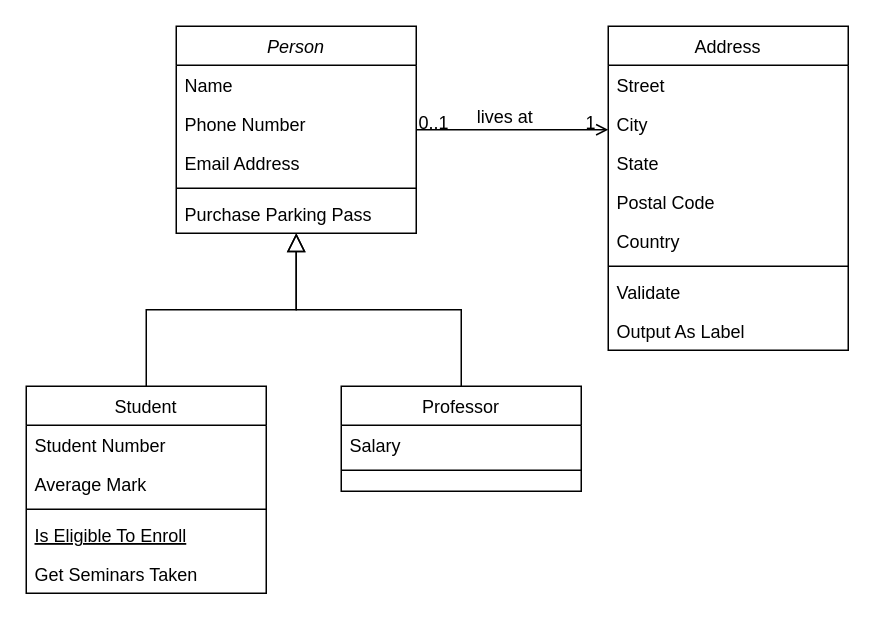
selialia/tefa-perpus-digital keeps this draw.io diagram as class diagram presensi-siswa.drawio. Above is the earlier version. Source tidied: cells renumbered, new cells numbered last; positions are measured from the earlier drawing's top-left corner, leaving out a move shared by most shapes. Both pictures are drawn from the tidied source at 150%, with x=0, y=0 at pixel (26, 26).
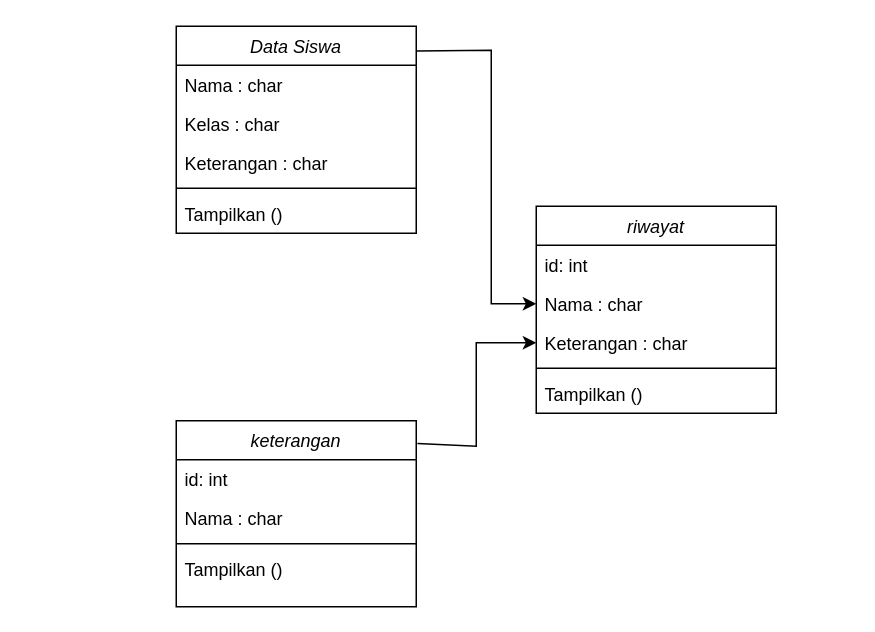
Above is the later version.

The edit, as a diff of the source:
```diff
@@
-    <mxCell id="2" value="Person" style="swimlane;fontStyle=2;align=center;verticalAlign=top;horizontal=1;startSize=26;rounded=0;shadow=0;strokeWidth=1;" parent="1" vertex="1">
+    <mxCell id="2" value="Data Siswa" style="swimlane;fontStyle=2;align=center;verticalAlign=top;horizontal=1;startSize=26;rounded=0;shadow=0;strokeWidth=1;" parent="1" vertex="1">
       <mxGeometry x="100" width="160" height="138" as="geometry" />
     </mxCell>
-    <mxCell id="3" value="Name" style="text;align=left;verticalAlign=top;spacingLeft=4;spacingRight=4;overflow=hidden;" parent="2" vertex="1">
+    <mxCell id="3" value="Nama : char" style="text;align=left;verticalAlign=top;spacingLeft=4;spacingRight=4;overflow=hidden;" parent="2" vertex="1">
       <mxGeometry y="26" width="160" height="26" as="geometry" />
     </mxCell>
-    <mxCell id="4" value="Phone Number" style="text;align=left;verticalAlign=top;spacingLeft=4;spacingRight=4;overflow=hidden;rounded=0;shadow=0;html=0;" parent="2" vertex="1">
+    <mxCell id="4" value="Kelas : char" style="text;align=left;verticalAlign=top;spacingLeft=4;spacingRight=4;overflow=hidden;rounded=0;shadow=0;html=0;" parent="2" vertex="1">
       <mxGeometry y="52" width="160" height="26" as="geometry" />
     </mxCell>
-    <mxCell id="5" value="Email Address" style="text;align=left;verticalAlign=top;spacingLeft=4;spacingRight=4;overflow=hidden;rounded=0;shadow=0;html=0;" parent="2" vertex="1">
+    <mxCell id="5" value="Keterangan : char" style="text;align=left;verticalAlign=top;spacingLeft=4;spacingRight=4;overflow=hidden;rounded=0;shadow=0;html=0;" parent="2" vertex="1">
       <mxGeometry y="78" width="160" height="26" as="geometry" />
     </mxCell>
@@
-    <mxCell id="7" value="Purchase Parking Pass" style="text;align=left;verticalAlign=top;spacingLeft=4;spacingRight=4;overflow=hidden;" parent="2" vertex="1">
+    <mxCell id="7" value="Tampilkan ()" style="text;align=left;verticalAlign=top;spacingLeft=4;spacingRight=4;overflow=hidden;" parent="2" vertex="1">
       <mxGeometry y="112" width="160" height="26" as="geometry" />
     </mxCell>
-    <mxCell id="8" value="Student" style="swimlane;fontStyle=0;align=center;verticalAlign=top;horizontal=1;startSize=26;rounded=0;shadow=0;strokeWidth=1;" parent="1" vertex="1">
-      <mxGeometry y="240" width="160" height="138" as="geometry" />
-    </mxCell>
-    <mxCell id="9" value="Student Number" style="text;align=left;verticalAlign=top;spacingLeft=4;spacingRight=4;overflow=hidden;" parent="8" vertex="1">
-      <mxGeometry y="26" width="160" height="26" as="geometry" />
-    </mxCell>
-    <mxCell id="10" value="Average Mark" style="text;align=left;verticalAlign=top;spacingLeft=4;spacingRight=4;overflow=hidden;rounded=0;shadow=0;html=0;" parent="8" vertex="1">
-      <mxGeometry y="52" width="160" height="26" as="geometry" />
-    </mxCell>
+    <mxCell id="32" value="riwayat" style="swimlane;fontStyle=2;align=center;verticalAlign=top;horizontal=1;startSize=26;rounded=0;shadow=0;strokeWidth=1;" parent="1" vertex="1">
+      <mxGeometry x="340" y="120" width="160" height="138" as="geometry" />
+    </mxCell>
+    <mxCell id="33" value="id: int" style="text;align=left;verticalAlign=top;spacingLeft=4;spacingRight=4;overflow=hidden;" parent="32" vertex="1">
+      <mxGeometry y="26" width="160" height="26" as="geometry" />
+    </mxCell>
+    <mxCell id="34" value="Nama : char" style="text;align=left;verticalAlign=top;spacingLeft=4;spacingRight=4;overflow=hidden;points=[[0,0.5],[1,0.5]];portConstraint=eastwest;" parent="32" vertex="1">
+      <mxGeometry y="52" width="160" height="26" as="geometry" />
+    </mxCell>
+    <mxCell id="35" value="Keterangan : char" style="text;align=left;verticalAlign=top;spacingLeft=4;spacingRight=4;overflow=hidden;points=[[0,0.5],[1,0.5]];portConstraint=eastwest;rounded=0;shadow=0;html=0;" parent="32" vertex="1">
+      <mxGeometry y="78" width="160" height="26" as="geometry" />
+    </mxCell>
+    <mxCell id="36" style="line;html=1;strokeWidth=1;align=left;verticalAlign=middle;spacingTop=-1;spacingLeft=3;spacingRight=3;labelPosition=right;" parent="32" vertex="1">
+      <mxGeometry y="104" width="160" height="8" as="geometry" />
+    </mxCell>
+    <mxCell id="37" value="Tampilkan ()" style="text;align=left;verticalAlign=top;spacingLeft=4;spacingRight=4;overflow=hidden;" parent="32" vertex="1">
+      <mxGeometry y="112" width="160" height="26" as="geometry" />
+    </mxCell>
+    <mxCell id="38" value="keterangan" style="swimlane;fontStyle=2;align=center;verticalAlign=top;horizontal=1;startSize=26;rounded=0;shadow=0;strokeWidth=1;" parent="1" vertex="1">
+      <mxGeometry x="100" y="263" width="160" height="124" as="geometry" />
+    </mxCell>
+    <mxCell id="39" value="id: int" style="text;align=left;verticalAlign=top;spacingLeft=4;spacingRight=4;overflow=hidden;" parent="38" vertex="1">
+      <mxGeometry y="26" width="160" height="26" as="geometry" />
+    </mxCell>
+    <mxCell id="40" value="Nama : char" style="text;align=left;verticalAlign=top;spacingLeft=4;spacingRight=4;overflow=hidden;" parent="38" vertex="1">
+      <mxGeometry y="52" width="160" height="26" as="geometry" />
+    </mxCell>
-    <mxCell id="11" style="line;html=1;strokeWidth=1;align=left;verticalAlign=middle;spacingTop=-1;spacingLeft=3;spacingRight=3;labelPosition=right;" parent="8" vertex="1">
+    <mxCell id="11" style="line;html=1;strokeWidth=1;align=left;verticalAlign=middle;spacingTop=-1;spacingLeft=3;spacingRight=3;labelPosition=right;" parent="38" vertex="1">
       <mxGeometry y="78" width="160" height="8" as="geometry" />
     </mxCell>
-    <mxCell id="12" value="Is Eligible To Enroll" style="text;align=left;verticalAlign=top;spacingLeft=4;spacingRight=4;overflow=hidden;fontStyle=4;" parent="8" vertex="1">
-      <mxGeometry y="86" width="160" height="26" as="geometry" />
-    </mxCell>
-    <mxCell id="13" value="Get Seminars Taken" style="text;align=left;verticalAlign=top;spacingLeft=4;spacingRight=4;overflow=hidden;" parent="8" vertex="1">
-      <mxGeometry y="112" width="160" height="26" as="geometry" />
-    </mxCell>
-    <mxCell id="14" style="endArrow=block;endSize=10;endFill=0;shadow=0;strokeWidth=1;rounded=0;curved=0;edgeStyle=elbowEdgeStyle;elbow=vertical;" parent="1" edge="1" source="8" target="2">
-      <mxGeometry relative="1" as="geometry" />
-    </mxCell>
-    <mxCell id="15" value="Professor" style="swimlane;fontStyle=0;align=center;verticalAlign=top;horizontal=1;startSize=26;rounded=0;shadow=0;strokeWidth=1;" parent="1" vertex="1">
-      <mxGeometry x="210" y="240" width="160" height="70" as="geometry" />
-    </mxCell>
-    <mxCell id="16" value="Salary" style="text;align=left;verticalAlign=top;spacingLeft=4;spacingRight=4;overflow=hidden;" parent="15" vertex="1">
-      <mxGeometry y="26" width="160" height="26" as="geometry" />
-    </mxCell>
-    <mxCell id="17" style="line;html=1;strokeWidth=1;align=left;verticalAlign=middle;spacingTop=-1;spacingLeft=3;spacingRight=3;labelPosition=right;" parent="15" vertex="1">
-      <mxGeometry y="52" width="160" height="8" as="geometry" />
-    </mxCell>
-    <mxCell id="18" style="endArrow=block;endSize=10;endFill=0;shadow=0;strokeWidth=1;rounded=0;curved=0;edgeStyle=elbowEdgeStyle;elbow=vertical;" parent="1" edge="1" source="15" target="2">
-      <mxGeometry relative="1" as="geometry" />
-    </mxCell>
-    <mxCell id="19" value="Address" style="swimlane;fontStyle=0;align=center;verticalAlign=top;horizontal=1;startSize=26;rounded=0;shadow=0;strokeWidth=1;" parent="1" vertex="1">
-      <mxGeometry x="388" width="160" height="216" as="geometry" />
-    </mxCell>
-    <mxCell id="20" value="Street" style="text;align=left;verticalAlign=top;spacingLeft=4;spacingRight=4;overflow=hidden;" parent="19" vertex="1">
-      <mxGeometry y="26" width="160" height="26" as="geometry" />
-    </mxCell>
-    <mxCell id="21" value="City" style="text;align=left;verticalAlign=top;spacingLeft=4;spacingRight=4;overflow=hidden;rounded=0;shadow=0;html=0;" parent="19" vertex="1">
-      <mxGeometry y="52" width="160" height="26" as="geometry" />
-    </mxCell>
-    <mxCell id="22" value="State" style="text;align=left;verticalAlign=top;spacingLeft=4;spacingRight=4;overflow=hidden;rounded=0;shadow=0;html=0;" parent="19" vertex="1">
-      <mxGeometry y="78" width="160" height="26" as="geometry" />
-    </mxCell>
-    <mxCell id="23" value="Postal Code" style="text;align=left;verticalAlign=top;spacingLeft=4;spacingRight=4;overflow=hidden;rounded=0;shadow=0;html=0;" parent="19" vertex="1">
-      <mxGeometry y="104" width="160" height="26" as="geometry" />
-    </mxCell>
-    <mxCell id="24" value="Country" style="text;align=left;verticalAlign=top;spacingLeft=4;spacingRight=4;overflow=hidden;rounded=0;shadow=0;html=0;" parent="19" vertex="1">
-      <mxGeometry y="130" width="160" height="26" as="geometry" />
-    </mxCell>
-    <mxCell id="25" style="line;html=1;strokeWidth=1;align=left;verticalAlign=middle;spacingTop=-1;spacingLeft=3;spacingRight=3;labelPosition=right;" parent="19" vertex="1">
-      <mxGeometry y="156" width="160" height="8" as="geometry" />
-    </mxCell>
-    <mxCell id="26" value="Validate" style="text;align=left;verticalAlign=top;spacingLeft=4;spacingRight=4;overflow=hidden;" parent="19" vertex="1">
-      <mxGeometry y="164" width="160" height="26" as="geometry" />
-    </mxCell>
-    <mxCell id="27" value="Output As Label" style="text;align=left;verticalAlign=top;spacingLeft=4;spacingRight=4;overflow=hidden;" parent="19" vertex="1">
-      <mxGeometry y="190" width="160" height="26" as="geometry" />
-    </mxCell>
-    <mxCell id="28" style="endArrow=open;shadow=0;strokeWidth=1;rounded=0;curved=0;endFill=1;edgeStyle=elbowEdgeStyle;elbow=vertical;" parent="1" edge="1" source="2" target="19">
-      <mxGeometry x="0.5" y="41" relative="1" as="geometry">
-        <mxPoint x="-40" y="32" as="offset" />
-      </mxGeometry>
-    </mxCell>
-    <mxCell id="29" value="0..1" style="align=left;verticalAlign=bottom;labelBackgroundColor=none;fontSize=12;" parent="28" vertex="1">
-      <mxGeometry x="-1" relative="1" as="geometry">
-        <mxPoint y="4" as="offset" />
-      </mxGeometry>
-    </mxCell>
-    <mxCell id="30" value="1" style="align=right;verticalAlign=bottom;labelBackgroundColor=none;fontSize=12;" parent="28" vertex="1">
-      <mxGeometry x="1" relative="1" as="geometry">
-        <mxPoint x="-7" y="4" as="offset" />
-      </mxGeometry>
-    </mxCell>
-    <mxCell id="31" value="lives at" style="text;html=1;align=center;verticalAlign=middle;labelBackgroundColor=none;rounded=0;shadow=0;strokeWidth=1;fontSize=12;" parent="28" vertex="1">
-      <mxGeometry x="0.5" y="49" relative="1" as="geometry">
-        <mxPoint x="-38" y="40" as="offset" />
-      </mxGeometry>
-    </mxCell>
+    <mxCell id="41" value="Tampilkan ()" style="text;align=left;verticalAlign=top;spacingLeft=4;spacingRight=4;overflow=hidden;" parent="38" vertex="1">
+      <mxGeometry y="86" width="160" height="26" as="geometry" />
+    </mxCell>
+    <mxCell id="42" style="endArrow=classic;html=1;rounded=0;exitX=1.001;exitY=0.119;exitDx=0;exitDy=0;exitPerimeter=0;entryX=0;entryY=0.5;entryDx=0;entryDy=0;" parent="1" edge="1" source="2" target="34">
+      <mxGeometry relative="1" as="geometry">
+        <Array as="points">
+          <mxPoint x="310" y="16" />
+          <mxPoint x="310" y="185" />
+        </Array>
+      </mxGeometry>
+    </mxCell>
+    <mxCell id="43" style="endArrow=classic;html=1;rounded=0;exitX=1.005;exitY=0.122;exitDx=0;exitDy=0;exitPerimeter=0;entryX=0;entryY=0.5;entryDx=0;entryDy=0;" parent="1" edge="1" source="38" target="35">
+      <mxGeometry relative="1" as="geometry">
+        <Array as="points">
+          <mxPoint x="300" y="280" />
+          <mxPoint x="300" y="211" />
+        </Array>
+      </mxGeometry>
+    </mxCell>
```
